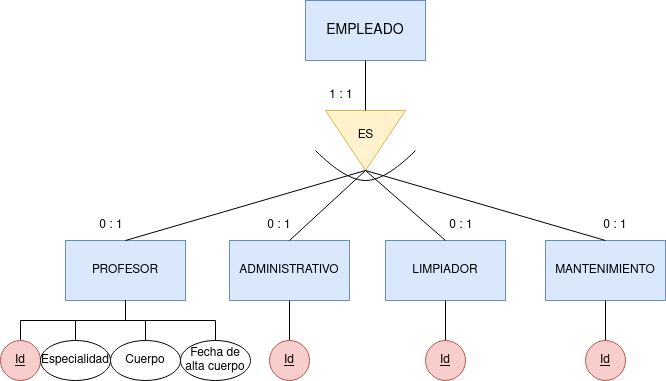
IsaiasTolP/Base-Datos keeps this draw.io diagram as Unidad-2/Tareas/Tarea-8/images/Tarea_8.png. Above is the earlier version. Source tidied: cells renumbered, new cells last; positions are measured from the earlier drawing's top-left corner, leaving out a move shared by most shapes.
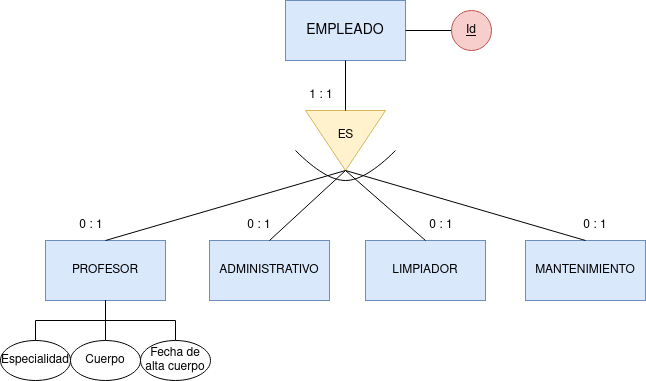
Above is the later version.

The edit, as a diff of the source:
```diff
@@ -38,48 +38,24 @@
     <mxCell id="13" style="endArrow=none;html=1;rounded=0;entryX=0.5;entryY=1;entryDx=0;entryDy=0;exitX=0;exitY=0.5;exitDx=0;exitDy=0;" parent="1" edge="1" source="3" target="2">
       <mxGeometry relative="1" as="geometry" />
     </mxCell>
-    <mxCell id="14" style="edgeStyle=orthogonalEdgeStyle;rounded=0;jettySize=auto;html=1;exitX=0.5;exitY=0;exitDx=0;exitDy=0;entryX=0.5;entryY=1;entryDx=0;entryDy=0;endArrow=none;endFill=0;" parent="1" edge="1" source="15" target="5">
-      <mxGeometry relative="1" as="geometry" />
-    </mxCell>
-    <mxCell id="15" value="Id" style="ellipse;whiteSpace=wrap;html=1;fillColor=#f8cecc;strokeColor=#b85450;fontStyle=4;" parent="1" vertex="1">
-      <mxGeometry y="340" width="40" height="40" as="geometry" />
-    </mxCell>
     <mxCell id="16" style="edgeStyle=orthogonalEdgeStyle;rounded=0;jettySize=auto;html=1;exitX=0.5;exitY=0;exitDx=0;exitDy=0;entryX=0.5;entryY=1;entryDx=0;entryDy=0;endArrow=none;endFill=0;" parent="1" edge="1" source="17" target="5">
       <mxGeometry relative="1" as="geometry" />
     </mxCell>
     <mxCell id="17" value="Especialidad" style="ellipse;whiteSpace=wrap;html=1;" parent="1" vertex="1">
-      <mxGeometry x="40" y="340" width="70" height="40" as="geometry" />
+      <mxGeometry x="20" y="340" width="70" height="40" as="geometry" />
     </mxCell>
     <mxCell id="18" style="edgeStyle=orthogonalEdgeStyle;rounded=0;jettySize=auto;html=1;exitX=0.5;exitY=0;exitDx=0;exitDy=0;entryX=0.5;entryY=1;entryDx=0;entryDy=0;endArrow=none;endFill=0;" parent="1" edge="1" source="19" target="5">
       <mxGeometry relative="1" as="geometry" />
     </mxCell>
     <mxCell id="19" value="Cuerpo" style="ellipse;whiteSpace=wrap;html=1;" parent="1" vertex="1">
-      <mxGeometry x="110" y="340" width="70" height="40" as="geometry" />
+      <mxGeometry x="90" y="340" width="70" height="40" as="geometry" />
     </mxCell>
     <mxCell id="20" style="edgeStyle=orthogonalEdgeStyle;rounded=0;jettySize=auto;html=1;exitX=0.5;exitY=0;exitDx=0;exitDy=0;entryX=0.5;entryY=1;entryDx=0;entryDy=0;endArrow=none;endFill=0;" parent="1" edge="1" source="21" target="5">
       <mxGeometry relative="1" as="geometry" />
     </mxCell>
     <mxCell id="21" value="Fecha de alta cuerpo" style="ellipse;whiteSpace=wrap;html=1;" parent="1" vertex="1">
-      <mxGeometry x="180" y="340" width="70" height="40" as="geometry" />
+      <mxGeometry x="160" y="340" width="70" height="40" as="geometry" />
     </mxCell>
-    <mxCell id="22" style="edgeStyle=orthogonalEdgeStyle;rounded=0;jettySize=auto;html=1;endArrow=none;endFill=0;" parent="1" edge="1" source="23" target="7">
-      <mxGeometry relative="1" as="geometry" />
-    </mxCell>
-    <mxCell id="23" value="Id" style="ellipse;whiteSpace=wrap;html=1;fillColor=#f8cecc;strokeColor=#b85450;fontStyle=4;" parent="1" vertex="1">
-      <mxGeometry x="269" y="340" width="40" height="40" as="geometry" />
-    </mxCell>
-    <mxCell id="24" style="edgeStyle=orthogonalEdgeStyle;rounded=0;jettySize=auto;html=1;endArrow=none;endFill=0;" parent="1" edge="1" source="25" target="8">
-      <mxGeometry relative="1" as="geometry" />
-    </mxCell>
-    <mxCell id="25" value="Id" style="ellipse;whiteSpace=wrap;html=1;fillColor=#f8cecc;strokeColor=#b85450;fontStyle=4;" parent="1" vertex="1">
-      <mxGeometry x="425" y="340" width="40" height="40" as="geometry" />
-    </mxCell>
-    <mxCell id="26" style="edgeStyle=orthogonalEdgeStyle;rounded=0;jettySize=auto;html=1;endArrow=none;endFill=0;" parent="1" edge="1" source="27" target="6">
-      <mxGeometry relative="1" as="geometry" />
-    </mxCell>
-    <mxCell id="27" value="Id" style="ellipse;whiteSpace=wrap;html=1;fillColor=#f8cecc;strokeColor=#b85450;fontStyle=4;" parent="1" vertex="1">
-      <mxGeometry x="585" y="340" width="40" height="40" as="geometry" />
-    </mxCell>
     <mxCell id="28" style="curved=1;endArrow=none;html=1;rounded=0;endFill=0;" parent="1" edge="1">
       <mxGeometry relative="1" as="geometry">
         <mxPoint x="315" y="150" as="sourcePoint" />
@@ -105,5 +81,11 @@
     <mxCell id="33" value="0 : 1" style="text;html=1;strokeColor=none;fillColor=none;align=center;verticalAlign=middle;whiteSpace=wrap;rounded=0;" parent="1" vertex="1">
       <mxGeometry x="585" y="210" width="60" height="30" as="geometry" />
     </mxCell>
+    <mxCell id="34" style="edgeStyle=orthogonalEdgeStyle;rounded=0;jettySize=auto;html=1;endArrow=none;endFill=0;" parent="1" edge="1" source="35" target="2">
+      <mxGeometry relative="1" as="geometry" />
+    </mxCell>
+    <mxCell id="35" value="Id" style="ellipse;whiteSpace=wrap;html=1;fillColor=#f8cecc;strokeColor=#b85450;fontStyle=4;" parent="1" vertex="1">
+      <mxGeometry x="471" y="10" width="40" height="40" as="geometry" />
+    </mxCell>
   </root>
 </mxGraphModel>
```
